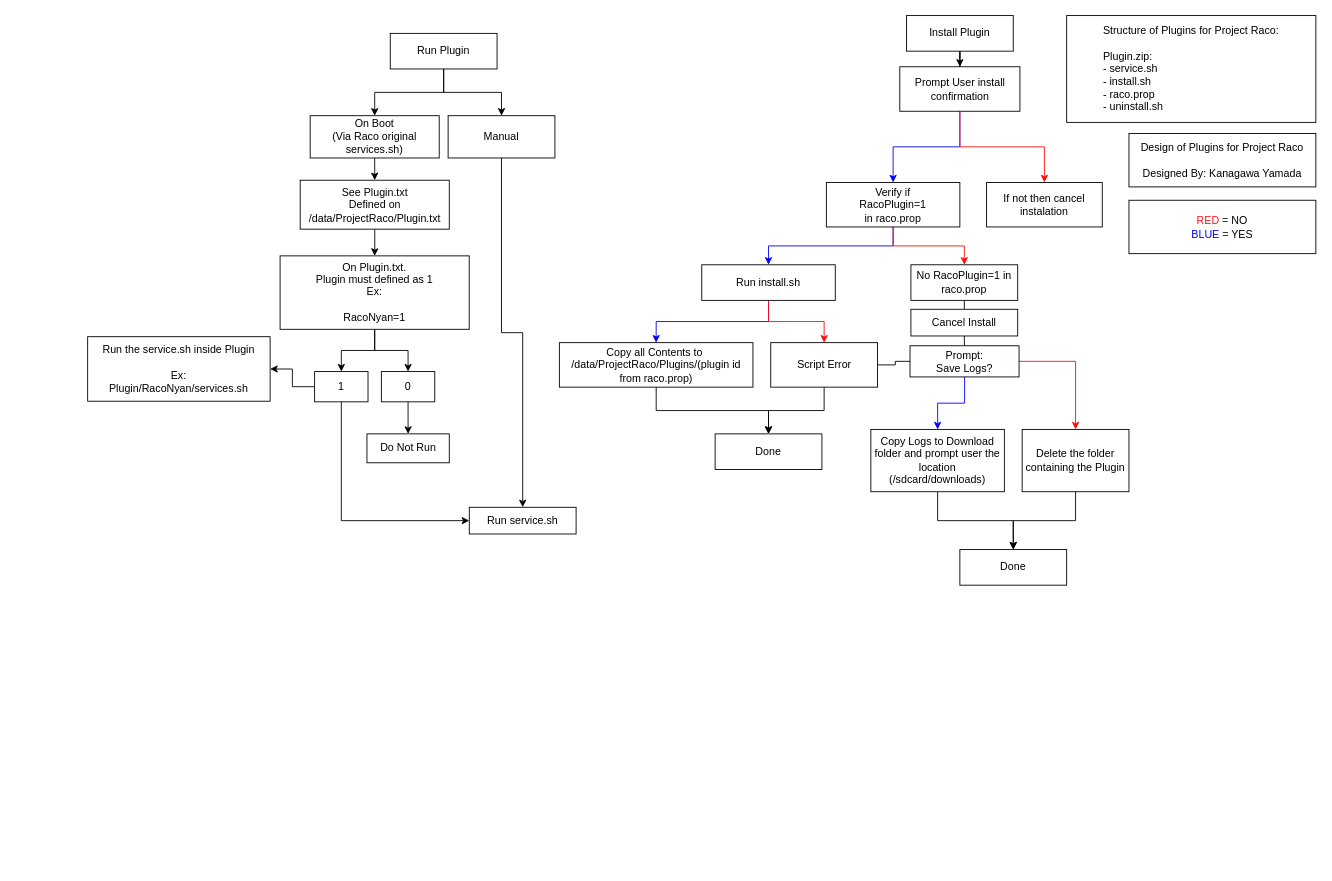
This is Designs/Design of Plugin.drawio from LoggingNewMemory/Project-Raco, a draw.io file, before an edit. Source tidied: cells renumbered, new cells numbered last; positions are measured from the earlier drawing's top-left corner, leaving out a move shared by most shapes. Both pictures are drawn from the tidied source at 89%, with x=0, y=0 at pixel (87, 15).
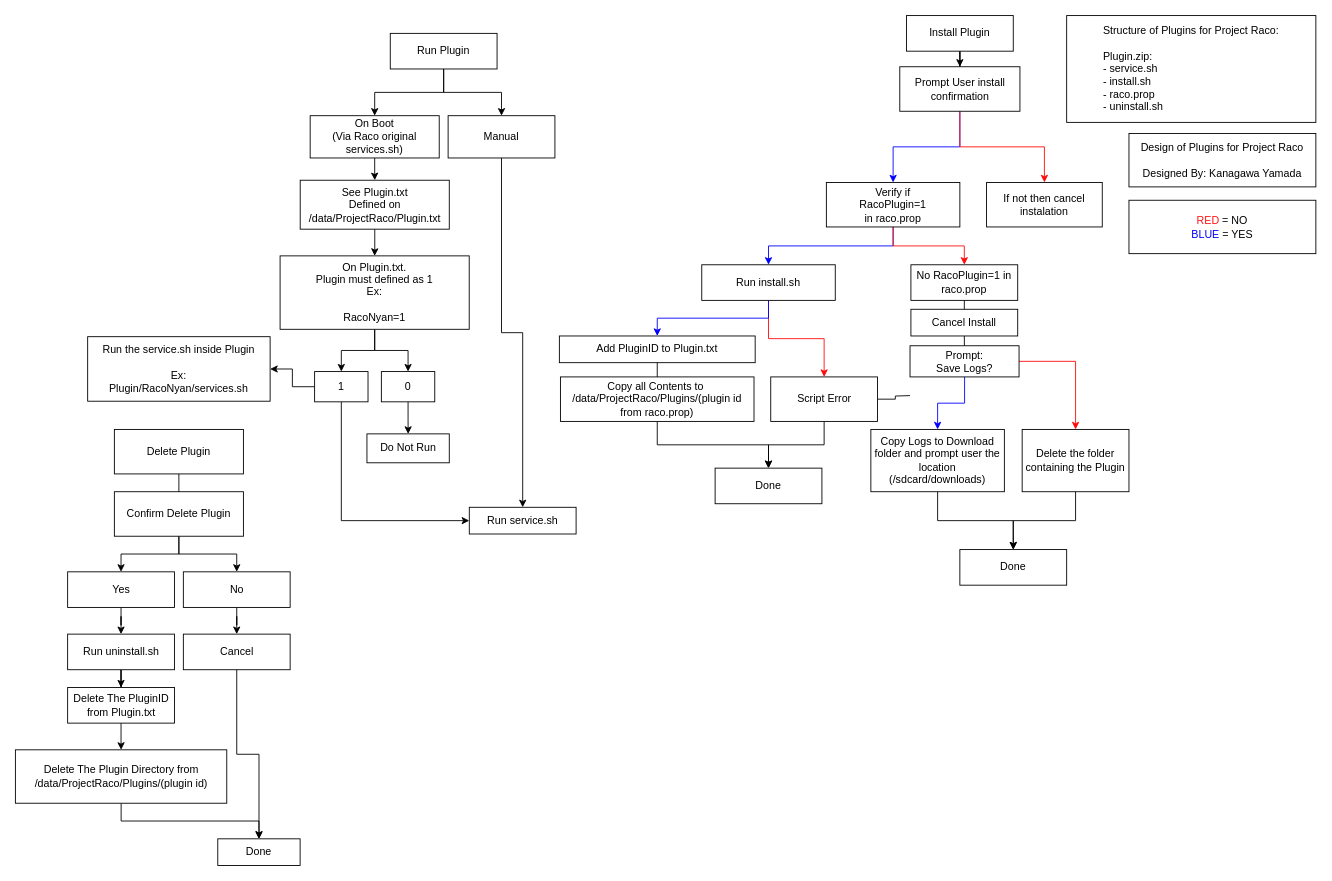
Above is the later version.

Commit message (it also covers changes not shown here):
Akhirnya desain selesai

The change refers to these unchanged cells:
```xml
<mxCell id="12" value="Run install.sh" style="rounded=0;whiteSpace=wrap;html=1;" parent="1" vertex="1">
  <mxGeometry x="690" y="280" width="150" height="40" as="geometry" />
</mxCell>
<mxCell id="16" value="&lt;div&gt;Prompt:&lt;br&gt;Save Logs?&lt;/div&gt;" style="rounded=0;whiteSpace=wrap;html=1;" parent="1" vertex="1">
  <mxGeometry x="924" y="371" width="122.5" height="35" as="geometry" />
</mxCell>
```

Diff of the diagram source:
```diff
@@
-    <mxCell id="10" style="edgeStyle=orthogonalEdgeStyle;rounded=0;jettySize=auto;html=1;entryX=0.5;entryY=0;entryDx=0;entryDy=0;strokeColor=#0000FF;" parent="1" edge="1" source="12" target="25">
-      <mxGeometry relative="1" as="geometry" />
-    </mxCell>
@@
+    <mxCell id="55" style="edgeStyle=orthogonalEdgeStyle;rounded=0;jettySize=auto;html=1;strokeColor=#0000FF;" parent="1" edge="1" source="12" target="71">
+      <mxGeometry relative="1" as="geometry" />
+    </mxCell>
@@
     <mxCell id="25" value="Copy all Contents to&amp;nbsp;&lt;div&gt;/data/ProjectRaco/Plugins/(plugin id from raco.prop)&lt;/div&gt;" style="rounded=0;whiteSpace=wrap;html=1;" parent="1" vertex="1">
-      <mxGeometry x="530" y="367.5" width="217.5" height="50" as="geometry" />
+      <mxGeometry x="531.2" y="406" width="217.5" height="50" as="geometry" />
     </mxCell>
@@
-    <mxCell id="27" style="edgeStyle=orthogonalEdgeStyle;rounded=0;jettySize=auto;html=1;strokeColor=default;endArrow=none;endFill=0;" parent="1" edge="1" source="28" target="16">
-      <mxGeometry relative="1" as="geometry" />
+    <mxCell id="27" style="edgeStyle=orthogonalEdgeStyle;rounded=0;jettySize=auto;html=1;strokeColor=default;endArrow=none;endFill=0;" parent="1" edge="1" source="28">
+      <mxGeometry relative="1" as="geometry">
+        <mxPoint x="924" y="427" as="targetPoint" />
+      </mxGeometry>
     </mxCell>
     <mxCell id="28" value="Script Error" style="rounded=0;whiteSpace=wrap;html=1;" parent="1" vertex="1">
-      <mxGeometry x="767.5" y="367.5" width="120" height="50" as="geometry" />
+      <mxGeometry x="767.5" y="406" width="120" height="50" as="geometry" />
     </mxCell>
@@
     <mxCell id="34" value="Done" style="rounded=0;whiteSpace=wrap;html=1;" parent="1" vertex="1">
-      <mxGeometry x="705" y="470" width="120" height="40" as="geometry" />
+      <mxGeometry x="705" y="508.5" width="120" height="40" as="geometry" />
     </mxCell>
@@
+    <mxCell id="56" value="Delete Plugin" style="rounded=0;whiteSpace=wrap;html=1;" parent="1" vertex="1">
+      <mxGeometry x="30" y="465" width="145" height="50" as="geometry" />
+    </mxCell>
+    <mxCell id="57" style="edgeStyle=orthogonalEdgeStyle;rounded=0;jettySize=auto;html=1;entryX=0.5;entryY=0;entryDx=0;entryDy=0;" parent="1" edge="1" source="59" target="62">
+      <mxGeometry relative="1" as="geometry" />
+    </mxCell>
+    <mxCell id="58" style="edgeStyle=orthogonalEdgeStyle;rounded=0;jettySize=auto;html=1;" parent="1" edge="1" source="59" target="64">
+      <mxGeometry relative="1" as="geometry" />
+    </mxCell>
+    <mxCell id="59" value="Confirm Delete Plugin" style="rounded=0;whiteSpace=wrap;html=1;" parent="1" vertex="1">
+      <mxGeometry x="30" y="535" width="145" height="50" as="geometry" />
+    </mxCell>
+    <mxCell id="60" style="endArrow=none;html=1;rounded=0;entryX=0.5;entryY=1;entryDx=0;entryDy=0;exitX=0.5;exitY=0;exitDx=0;exitDy=0;" parent="1" edge="1" source="59" target="56">
+      <mxGeometry relative="1" as="geometry" />
+    </mxCell>
+    <mxCell id="61" style="edgeStyle=orthogonalEdgeStyle;rounded=0;jettySize=auto;html=1;" parent="1" edge="1" source="62" target="68">
+      <mxGeometry relative="1" as="geometry" />
+    </mxCell>
+    <mxCell id="62" value="Yes" style="rounded=0;whiteSpace=wrap;html=1;" parent="1" vertex="1">
+      <mxGeometry x="-22.5" y="625" width="120" height="40" as="geometry" />
+    </mxCell>
+    <mxCell id="63" style="edgeStyle=orthogonalEdgeStyle;rounded=0;jettySize=auto;html=1;entryX=0.5;entryY=0;entryDx=0;entryDy=0;" parent="1" edge="1" source="64" target="66">
+      <mxGeometry relative="1" as="geometry" />
+    </mxCell>
+    <mxCell id="64" value="No" style="rounded=0;whiteSpace=wrap;html=1;" parent="1" vertex="1">
+      <mxGeometry x="107.5" y="625" width="120" height="40" as="geometry" />
+    </mxCell>
+    <mxCell id="65" style="edgeStyle=orthogonalEdgeStyle;rounded=0;jettySize=auto;html=1;" parent="1" edge="1" source="66" target="75">
+      <mxGeometry relative="1" as="geometry" />
+    </mxCell>
+    <mxCell id="66" value="Cancel" style="rounded=0;whiteSpace=wrap;html=1;" parent="1" vertex="1">
+      <mxGeometry x="107.5" y="695" width="120" height="40" as="geometry" />
+    </mxCell>
+    <mxCell id="67" style="edgeStyle=orthogonalEdgeStyle;rounded=0;jettySize=auto;html=1;entryX=0.5;entryY=0;entryDx=0;entryDy=0;" parent="1" edge="1" source="68" target="70">
+      <mxGeometry relative="1" as="geometry" />
+    </mxCell>
+    <mxCell id="68" value="Run&amp;nbsp;&lt;span style=&quot;text-align: left;&quot;&gt;uninstall.sh&lt;/span&gt;" style="rounded=0;whiteSpace=wrap;html=1;" parent="1" vertex="1">
+      <mxGeometry x="-22.5" y="695" width="120" height="40" as="geometry" />
+    </mxCell>
+    <mxCell id="69" style="edgeStyle=orthogonalEdgeStyle;rounded=0;jettySize=auto;html=1;" parent="1" edge="1" source="70" target="74">
+      <mxGeometry relative="1" as="geometry" />
+    </mxCell>
+    <mxCell id="70" value="Delete The PluginID from Plugin.txt" style="rounded=0;whiteSpace=wrap;html=1;" parent="1" vertex="1">
+      <mxGeometry x="-22.5" y="755" width="120" height="40" as="geometry" />
+    </mxCell>
+    <mxCell id="71" value="Add PluginID to Plugin.txt" style="rounded=0;whiteSpace=wrap;html=1;" parent="1" vertex="1">
+      <mxGeometry x="530" y="360" width="220" height="30" as="geometry" />
+    </mxCell>
+    <mxCell id="72" style="endArrow=none;html=1;rounded=0;exitX=0.5;exitY=1;exitDx=0;exitDy=0;" parent="1" edge="1" source="71" target="25">
+      <mxGeometry relative="1" as="geometry" />
+    </mxCell>
+    <mxCell id="73" style="edgeStyle=orthogonalEdgeStyle;rounded=0;jettySize=auto;html=1;" parent="1" edge="1" source="74" target="75">
+      <mxGeometry relative="1" as="geometry" />
+    </mxCell>
+    <mxCell id="74" value="Delete The Plugin Directory from&lt;div&gt;/data/ProjectRaco/Plugins/(plugin id)&lt;/div&gt;" style="rounded=0;whiteSpace=wrap;html=1;" parent="1" vertex="1">
+      <mxGeometry x="-81.2" y="825" width="237.5" height="60" as="geometry" />
+    </mxCell>
+    <mxCell id="75" value="Done" style="rounded=0;whiteSpace=wrap;html=1;" parent="1" vertex="1">
+      <mxGeometry x="146.2" y="925" width="92.5" height="30" as="geometry" />
+    </mxCell>
```
